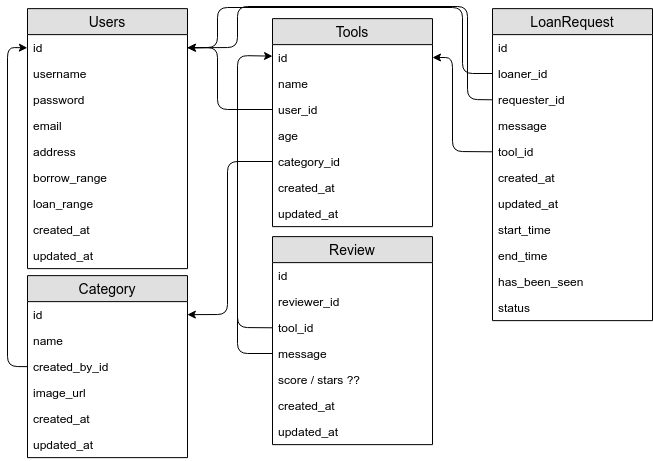
The draw.io diagram db_diagram.png in use-my-tools-build-week/backend, before a commit. Source tidied: cells renumbered, new cells last; positions are measured from the earlier drawing's top-left corner, leaving out a move shared by most shapes.
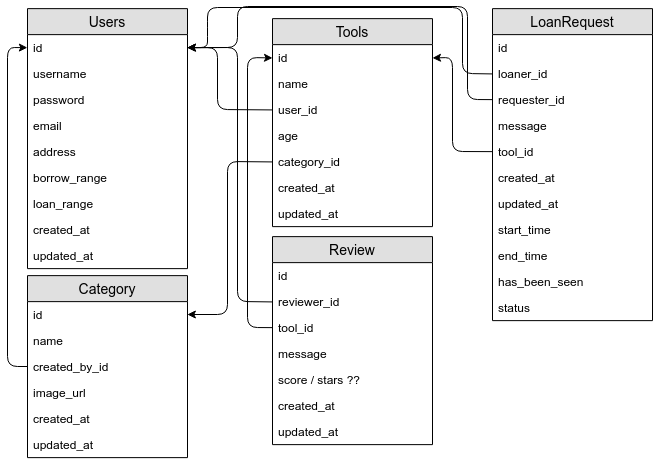
After the change.

Commit message:
correct review arrows

What changed in the source:
```diff
@@ -137,8 +137,9 @@
         <Array as="points">
           <mxPoint x="455" y="67" />
           <mxPoint x="455" y="1" />
-          <mxPoint x="210" y="1" />
-          <mxPoint x="210" y="41" />
+          <mxPoint x="200" y="1" />
+          <mxPoint x="200" y="20" />
+          <mxPoint x="200" y="41" />
         </Array>
       </mxGeometry>
     </mxCell>
@@ -152,22 +153,14 @@
         </Array>
       </mxGeometry>
     </mxCell>
-    <mxCell id="44" style="endArrow=classic;html=1;exitX=0;exitY=0.5;exitDx=0;exitDy=0;" parent="1" edge="1" source="35" target="13">
+    <mxCell id="44" style="endArrow=classic;html=1;exitX=0;exitY=0.5;exitDx=0;exitDy=0;entryX=1;entryY=0.5;entryDx=0;entryDy=0;" parent="1" edge="1" source="34" target="3">
       <mxGeometry relative="1" as="geometry">
         <Array as="points">
-          <mxPoint x="230" y="321" />
-          <mxPoint x="230" y="49" />
+          <mxPoint x="230" y="295" />
+          <mxPoint x="230" y="41" />
         </Array>
       </mxGeometry>
     </mxCell>
-    <mxCell id="45" style="endArrow=none;html=1;exitX=0;exitY=0.5;exitDx=0;exitDy=0;" parent="1" edge="1" source="36">
-      <mxGeometry relative="1" as="geometry">
-        <mxPoint x="230" y="130" as="targetPoint" />
-        <Array as="points">
-          <mxPoint x="230" y="347" />
-        </Array>
-      </mxGeometry>
-    </mxCell>
     <mxCell id="46" value="Category" style="swimlane;fontStyle=0;horizontal=1;startSize=26;fillColor=#e0e0e0;swimlaneFillColor=#ffffff;align=center;fontSize=14;" parent="1" vertex="1">
       <mxGeometry x="20" y="269.1" width="160" height="182" as="geometry" />
     </mxCell>
@@ -205,5 +198,13 @@
         </Array>
       </mxGeometry>
     </mxCell>
+    <mxCell id="55" style="endArrow=classic;html=1;entryX=0;entryY=0.5;entryDx=0;entryDy=0;exitX=0;exitY=0.5;exitDx=0;exitDy=0;" parent="1" edge="1" source="35" target="13">
+      <mxGeometry relative="1" as="geometry">
+        <Array as="points">
+          <mxPoint x="240" y="321" />
+          <mxPoint x="240" y="51" />
+        </Array>
+      </mxGeometry>
+    </mxCell>
   </root>
 </mxGraphModel>
```
